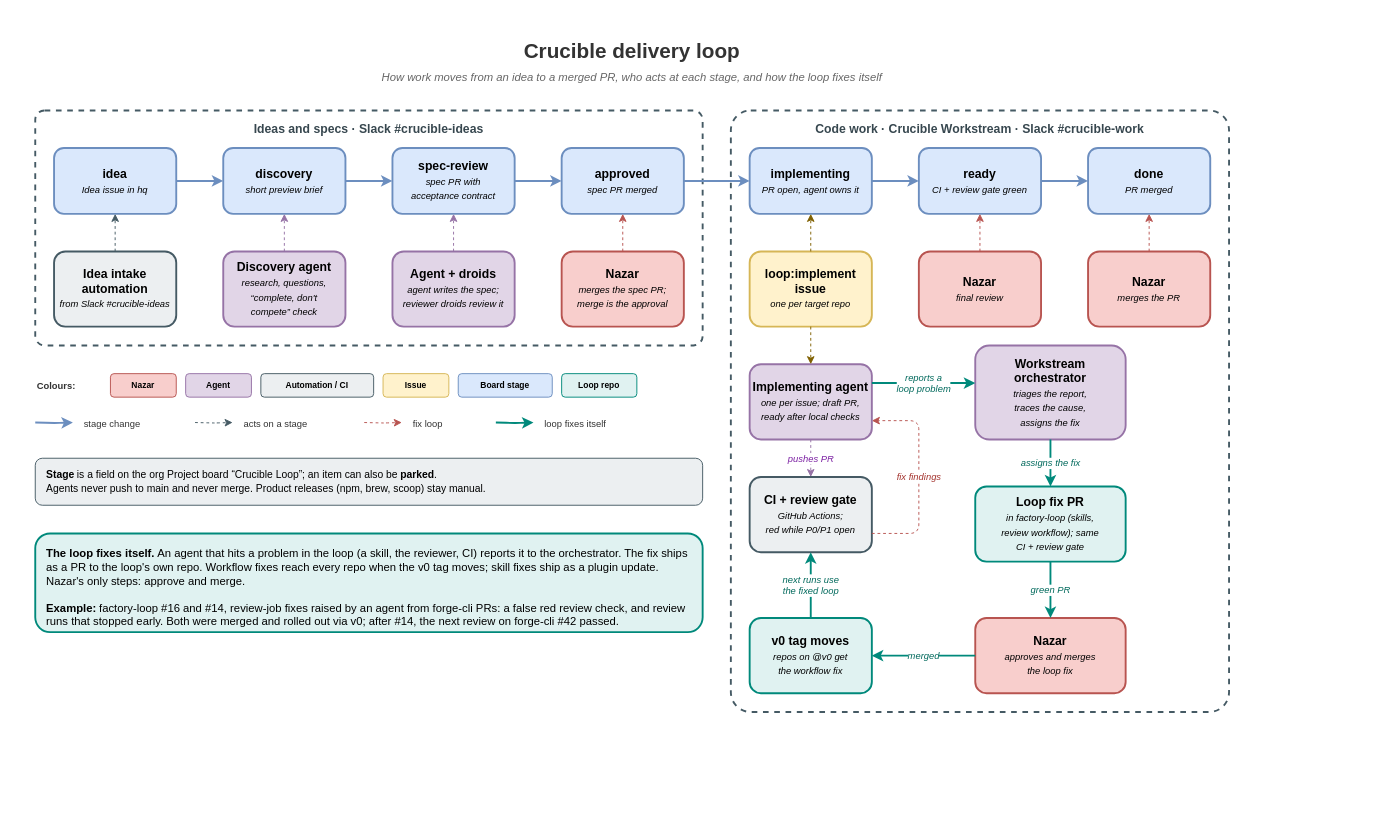
crucibledx/assets keeps this draw.io diagram as factory-loop/diagrams/delivery-loop.drawio. Above is the earlier version. Source tidied: cells renumbered, new cells numbered last; positions are measured from the earlier drawing's top-left corner, leaving out a move shared by most shapes. Both pictures are drawn from the tidied source at 94%, with x=0, y=0 at pixel (16, 16).
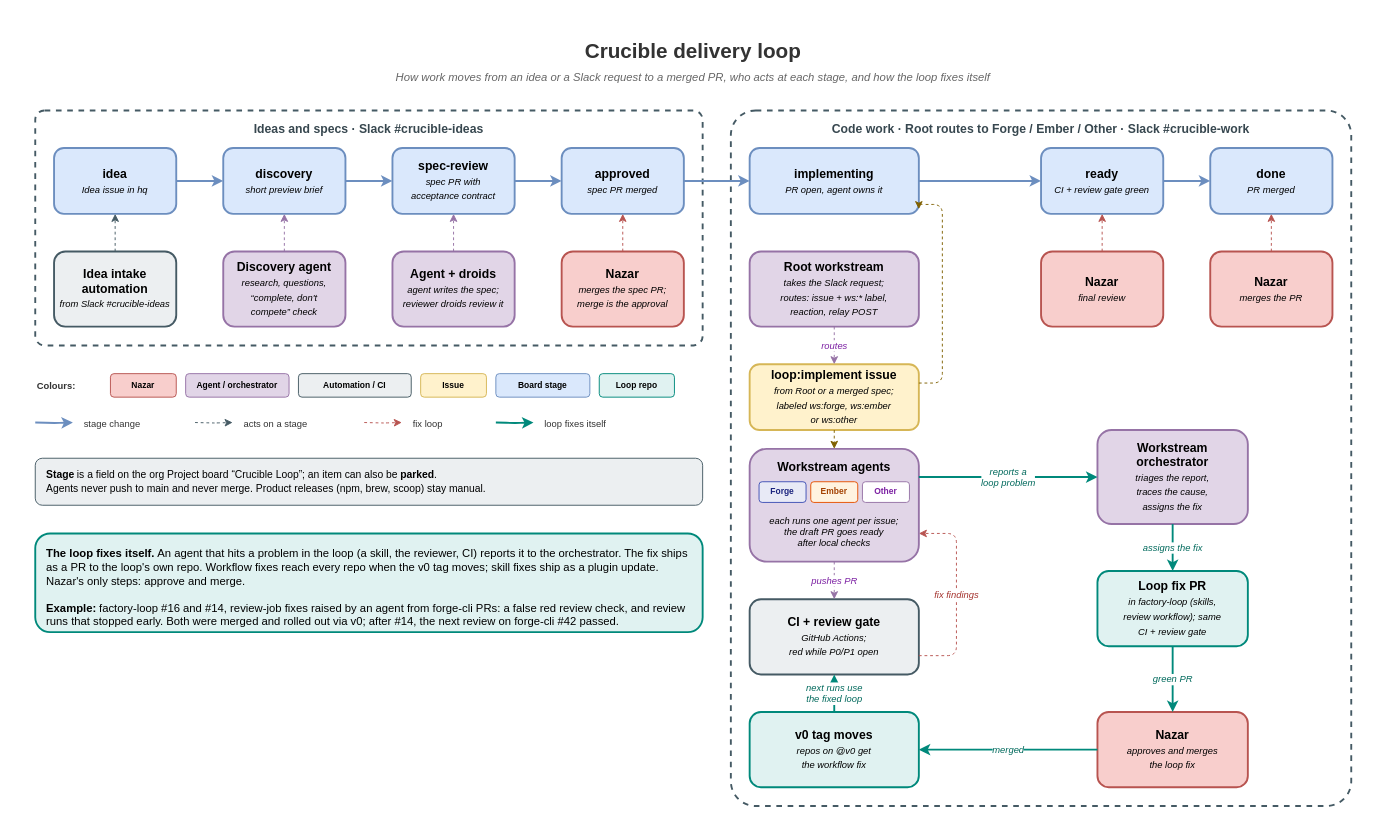
The same page after the edit.

Commit message (it also covers changes not shown here):
diagrams: multiplayer Slack and the four workstreams in the delivery loop

The edit, as a diff of the source:
```diff
@@
     <mxCell id="2" style="whiteSpace=wrap;html=1;fillColor=default;strokeColor=none;" parent="1" vertex="1">
-      <mxGeometry width="1310" height="760" as="geometry" />
+      <mxGeometry width="1440" height="860" as="geometry" />
     </mxCell>
     <mxCell id="3" value="Crucible delivery loop" style="text;html=1;fontSize=22;fontStyle=1;align=center;verticalAlign=middle;whiteSpace=wrap;fontColor=#333333;" parent="1" vertex="1">
-      <mxGeometry x="20" y="20" width="1270" height="35" as="geometry" />
+      <mxGeometry x="20" y="20" width="1400" height="35" as="geometry" />
     </mxCell>
-    <mxCell id="4" value="How work moves from an idea to a merged PR, who acts at each stage, and how the loop fixes itself" style="text;html=1;fontSize=12;fontStyle=2;align=center;verticalAlign=middle;whiteSpace=wrap;fontColor=#666666;" parent="1" vertex="1">
-      <mxGeometry x="20" y="55" width="1270" height="20" as="geometry" />
+    <mxCell id="4" value="How work moves from an idea or a Slack request to a merged PR, who acts at each stage, and how the loop fixes itself" style="text;html=1;fontSize=12;fontStyle=2;align=center;verticalAlign=middle;whiteSpace=wrap;fontColor=#666666;" parent="1" vertex="1">
+      <mxGeometry x="20" y="55" width="1400" height="20" as="geometry" />
     </mxCell>
@@
-    <mxCell id="6" value="Code work · Crucible Workstream · Slack #crucible-work" style="rounded=1;whiteSpace=wrap;html=1;fillColor=none;dashed=1;strokeColor=#455a64;fontColor=#37474f;fontSize=13;fontStyle=1;strokeWidth=2;verticalAlign=top;spacingTop=5;arcSize=4;" parent="1" vertex="1">
-      <mxGeometry x="760" y="100" width="530" height="640" as="geometry" />
+    <mxCell id="6" value="Code work · Root routes to Forge / Ember / Other · Slack #crucible-work" style="rounded=1;whiteSpace=wrap;html=1;fillColor=none;dashed=1;strokeColor=#455a64;fontColor=#37474f;fontSize=13;fontStyle=1;strokeWidth=2;verticalAlign=top;spacingTop=5;arcSize=4;" parent="1" vertex="1">
+      <mxGeometry x="760" y="100" width="660" height="740" as="geometry" />
     </mxCell>
@@
     <mxCell id="11" value="implementing&lt;br&gt;&lt;i style=&quot;font-size:10px;font-weight:normal&quot;&gt;PR open, agent owns it&lt;/i&gt;" style="rounded=1;whiteSpace=wrap;html=1;fillColor=#dae8fc;strokeColor=#6c8ebf;fontSize=13;fontStyle=1;strokeWidth=2;" parent="1" vertex="1">
-      <mxGeometry x="780" y="140" width="130" height="70" as="geometry" />
+      <mxGeometry x="780" y="140" width="180" height="70" as="geometry" />
     </mxCell>
     <mxCell id="12" value="ready&lt;br&gt;&lt;i style=&quot;font-size:10px;font-weight:normal&quot;&gt;CI + review gate green&lt;/i&gt;" style="rounded=1;whiteSpace=wrap;html=1;fillColor=#dae8fc;strokeColor=#6c8ebf;fontSize=13;fontStyle=1;strokeWidth=2;" parent="1" vertex="1">
-      <mxGeometry x="960" y="140" width="130" height="70" as="geometry" />
+      <mxGeometry x="1090" y="140" width="130" height="70" as="geometry" />
     </mxCell>
     <mxCell id="13" value="done&lt;br&gt;&lt;i style=&quot;font-size:10px;font-weight:normal&quot;&gt;PR merged&lt;/i&gt;" style="rounded=1;whiteSpace=wrap;html=1;fillColor=#dae8fc;strokeColor=#6c8ebf;fontSize=13;fontStyle=1;strokeWidth=2;" parent="1" vertex="1">
-      <mxGeometry x="1140" y="140" width="130" height="70" as="geometry" />
+      <mxGeometry x="1270" y="140" width="130" height="70" as="geometry" />
     </mxCell>
@@
+    <mxCell id="65" value="Root workstream&lt;br&gt;&lt;i style=&quot;font-size:10px;font-weight:normal&quot;&gt;takes the Slack request;&lt;br&gt;routes: issue + ws:* label,&lt;br&gt;reaction, relay POST&lt;/i&gt;" style="rounded=1;whiteSpace=wrap;html=1;fillColor=#e1d5e7;strokeColor=#9673a6;fontSize=13;fontStyle=1;strokeWidth=2;" parent="1" vertex="1">
+      <mxGeometry x="780" y="250" width="180" height="80" as="geometry" />
+    </mxCell>
-    <mxCell id="18" value="loop:implement issue&lt;br&gt;&lt;i style=&quot;font-size:10px;font-weight:normal&quot;&gt;one per target repo&lt;/i&gt;" style="rounded=1;whiteSpace=wrap;html=1;fillColor=#fff2cc;strokeColor=#d6b656;fontSize=13;fontStyle=1;strokeWidth=2;" parent="1" vertex="1">
-      <mxGeometry x="780" y="250" width="130" height="80" as="geometry" />
+    <mxCell id="18" value="loop:implement issue&lt;br&gt;&lt;i style=&quot;font-size:10px;font-weight:normal&quot;&gt;from Root or a merged spec;&lt;br&gt;labeled ws:forge, ws:ember&lt;br&gt;or ws:other&lt;/i&gt;" style="rounded=1;whiteSpace=wrap;html=1;fillColor=#fff2cc;strokeColor=#d6b656;fontSize=13;fontStyle=1;strokeWidth=2;" parent="1" vertex="1">
+      <mxGeometry x="780" y="370" width="180" height="70" as="geometry" />
     </mxCell>
-    <mxCell id="19" value="Implementing agent&lt;br&gt;&lt;i style=&quot;font-size:10px;font-weight:normal&quot;&gt;one per issue; draft PR,&lt;br&gt;ready after local checks&lt;/i&gt;" style="rounded=1;whiteSpace=wrap;html=1;fillColor=#e1d5e7;strokeColor=#9673a6;fontSize=13;fontStyle=1;strokeWidth=2;" parent="1" vertex="1">
-      <mxGeometry x="780" y="370" width="130" height="80" as="geometry" />
+    <mxCell id="19" value="Workstream agents" style="rounded=1;whiteSpace=wrap;html=1;fillColor=#e1d5e7;strokeColor=#9673a6;fontSize=13;fontStyle=1;strokeWidth=2;verticalAlign=top;spacingTop=5;" parent="1" vertex="1">
+      <mxGeometry x="780" y="460" width="180" height="120" as="geometry" />
     </mxCell>
+    <mxCell id="66" value="Forge" style="rounded=1;whiteSpace=wrap;html=1;fillColor=#e8eaf6;strokeColor=#3f51b5;fontColor=#1a237e;fontSize=9;fontStyle=1;strokeWidth=1;" parent="1" vertex="1">
+      <mxGeometry x="790" y="495" width="50" height="22" as="geometry" />
+    </mxCell>
+    <mxCell id="67" value="Ember" style="rounded=1;whiteSpace=wrap;html=1;fillColor=#fff3e0;strokeColor=#e65100;fontColor=#a34000;fontSize=9;fontStyle=1;strokeWidth=1;" parent="1" vertex="1">
+      <mxGeometry x="845" y="495" width="50" height="22" as="geometry" />
+    </mxCell>
+    <mxCell id="68" value="Other" style="rounded=1;whiteSpace=wrap;html=1;fillColor=#ffffff;strokeColor=#9673a6;fontColor=#7b1fa2;fontSize=9;fontStyle=1;strokeWidth=1;" parent="1" vertex="1">
+      <mxGeometry x="900" y="495" width="50" height="22" as="geometry" />
+    </mxCell>
+    <mxCell id="69" value="each runs one agent per issue;&lt;br&gt;the draft PR goes ready&lt;br&gt;after local checks" style="text;html=1;fontSize=10;fontStyle=2;align=center;verticalAlign=middle;whiteSpace=wrap;" parent="1" vertex="1">
+      <mxGeometry x="790" y="525" width="160" height="45" as="geometry" />
+    </mxCell>
     <mxCell id="20" value="CI + review gate&lt;br&gt;&lt;i style=&quot;font-size:10px;font-weight:normal&quot;&gt;GitHub Actions;&lt;br&gt;red while P0/P1 open&lt;/i&gt;" style="rounded=1;whiteSpace=wrap;html=1;fillColor=#eceff1;strokeColor=#455a64;fontSize=13;fontStyle=1;strokeWidth=2;" parent="1" vertex="1">
-      <mxGeometry x="780" y="490" width="130" height="80" as="geometry" />
+      <mxGeometry x="780" y="620" width="180" height="80" as="geometry" />
     </mxCell>
     <mxCell id="21" value="Nazar&lt;br&gt;&lt;i style=&quot;font-size:10px;font-weight:normal&quot;&gt;final review&lt;/i&gt;" style="rounded=1;whiteSpace=wrap;html=1;fillColor=#f8cecc;strokeColor=#b85450;fontSize=13;fontStyle=1;strokeWidth=2;" parent="1" vertex="1">
-      <mxGeometry x="960" y="250" width="130" height="80" as="geometry" />
+      <mxGeometry x="1090" y="250" width="130" height="80" as="geometry" />
     </mxCell>
     <mxCell id="22" value="Nazar&lt;br&gt;&lt;i style=&quot;font-size:10px;font-weight:normal&quot;&gt;merges the PR&lt;/i&gt;" style="rounded=1;whiteSpace=wrap;html=1;fillColor=#f8cecc;strokeColor=#b85450;fontSize=13;fontStyle=1;strokeWidth=2;" parent="1" vertex="1">
-      <mxGeometry x="1140" y="250" width="130" height="80" as="geometry" />
+      <mxGeometry x="1270" y="250" width="130" height="80" as="geometry" />
     </mxCell>
@@
-    <mxCell id="33" style="edgeStyle=orthogonalEdgeStyle;rounded=1;jettySize=auto;html=1;fontSize=10;dashed=1;strokeWidth=1;strokeColor=#7f6000;exitX=0.5;exitY=0;exitDx=0;exitDy=0;entryX=0.5;entryY=1;entryDx=0;entryDy=0;" parent="1" edge="1" source="18" target="11">
-      <mxGeometry relative="1" as="geometry" />
+    <mxCell id="33" style="edgeStyle=orthogonalEdgeStyle;rounded=1;jettySize=auto;html=1;fontSize=10;dashed=1;strokeWidth=1;strokeColor=#7f6000;exitX=1;exitY=0;exitDx=0;exitDy=20;entryX=1;entryY=0;entryDx=0;entryDy=65;" parent="1" edge="1" source="18" target="11">
+      <mxGeometry relative="1" as="geometry">
+        <Array as="points">
+          <mxPoint x="985" y="390" />
+          <mxPoint x="985" y="200" />
+        </Array>
+      </mxGeometry>
     </mxCell>
@@
+    <mxCell id="70" value="routes" style="edgeStyle=orthogonalEdgeStyle;rounded=1;jettySize=auto;html=1;fontSize=10;dashed=1;strokeWidth=1;strokeColor=#9673a6;fontColor=#7b1fa2;fontStyle=2;exitX=0.5;exitY=1;exitDx=0;exitDy=0;entryX=0.5;entryY=0;entryDx=0;entryDy=0;" parent="1" edge="1" source="65" target="18">
+      <mxGeometry relative="1" as="geometry" />
+    </mxCell>
@@
     <mxCell id="38" value="fix findings" style="edgeStyle=orthogonalEdgeStyle;rounded=1;jettySize=auto;html=1;fontSize=10;dashed=1;strokeWidth=1;strokeColor=#b85450;fontColor=#a4332e;fontStyle=2;exitX=1;exitY=0.75;exitDx=0;exitDy=0;entryX=1;entryY=0.75;entryDx=0;entryDy=0;" parent="1" edge="1" source="20" target="19">
       <mxGeometry relative="1" as="geometry">
         <Array as="points">
-          <mxPoint x="960" y="550" />
-          <mxPoint x="960" y="430" />
+          <mxPoint x="1000" y="680" />
+          <mxPoint x="1000" y="550" />
         </Array>
       </mxGeometry>
     </mxCell>
     <mxCell id="39" value="Workstream&lt;br&gt;orchestrator&lt;br&gt;&lt;i style=&quot;font-size:10px;font-weight:normal&quot;&gt;triages the report,&lt;br&gt;traces the cause,&lt;br&gt;assigns the fix&lt;/i&gt;" style="rounded=1;whiteSpace=wrap;html=1;fillColor=#e1d5e7;strokeColor=#9673a6;fontSize=13;fontStyle=1;strokeWidth=2;" parent="1" vertex="1">
-      <mxGeometry x="1020" y="350" width="160" height="100" as="geometry" />
+      <mxGeometry x="1150" y="440" width="160" height="100" as="geometry" />
     </mxCell>
     <mxCell id="40" value="Loop fix PR&lt;br&gt;&lt;i style=&quot;font-size:10px;font-weight:normal&quot;&gt;in factory-loop (skills,&lt;br&gt;review workflow); same&lt;br&gt;CI + review gate&lt;/i&gt;" style="rounded=1;whiteSpace=wrap;html=1;fillColor=#e0f2f1;strokeColor=#00897b;fontSize=13;fontStyle=1;strokeWidth=2;" parent="1" vertex="1">
-      <mxGeometry x="1020" y="500" width="160" height="80" as="geometry" />
+      <mxGeometry x="1150" y="590" width="160" height="80" as="geometry" />
     </mxCell>
     <mxCell id="41" value="Nazar&lt;br&gt;&lt;i style=&quot;font-size:10px;font-weight:normal&quot;&gt;approves and merges&lt;br&gt;the loop fix&lt;/i&gt;" style="rounded=1;whiteSpace=wrap;html=1;fillColor=#f8cecc;strokeColor=#b85450;fontSize=13;fontStyle=1;strokeWidth=2;" parent="1" vertex="1">
-      <mxGeometry x="1020" y="640" width="160" height="80" as="geometry" />
+      <mxGeometry x="1150" y="740" width="160" height="80" as="geometry" />
     </mxCell>
     <mxCell id="42" value="v0 tag moves&lt;br&gt;&lt;i style=&quot;font-size:10px;font-weight:normal&quot;&gt;repos on @v0 get&lt;br&gt;the workflow fix&lt;/i&gt;" style="rounded=1;whiteSpace=wrap;html=1;fillColor=#e0f2f1;strokeColor=#00897b;fontSize=13;fontStyle=1;strokeWidth=2;" parent="1" vertex="1">
-      <mxGeometry x="780" y="640" width="130" height="80" as="geometry" />
+      <mxGeometry x="780" y="740" width="180" height="80" as="geometry" />
     </mxCell>
-    <mxCell id="43" value="reports a&lt;br&gt;loop problem" style="edgeStyle=orthogonalEdgeStyle;rounded=1;jettySize=auto;html=1;fontSize=10;strokeWidth=2;strokeColor=#00897b;fontColor=#00695c;fontStyle=2;exitX=1;exitY=0.25;exitDx=0;exitDy=0;entryX=0;entryY=0.4;entryDx=0;entryDy=0;" parent="1" edge="1" source="19" target="39">
+    <mxCell id="43" value="reports a&lt;br&gt;loop problem" style="edgeStyle=orthogonalEdgeStyle;rounded=1;jettySize=auto;html=1;fontSize=10;strokeWidth=2;strokeColor=#00897b;fontColor=#00695c;fontStyle=2;exitX=1;exitY=0.25;exitDx=0;exitDy=0;entryX=0;entryY=0.5;entryDx=0;entryDy=0;" parent="1" edge="1" source="19" target="39">
       <mxGeometry relative="1" as="geometry" />
     </mxCell>
@@
     <mxCell id="48" value="Loop repo" style="rounded=1;whiteSpace=wrap;html=1;fillColor=#e0f2f1;strokeColor=#00897b;fontSize=9;fontStyle=1;strokeWidth=1;" parent="1" vertex="1">
-      <mxGeometry x="580" y="380" width="80" height="25" as="geometry" />
+      <mxGeometry x="620" y="380" width="80" height="25" as="geometry" />
     </mxCell>
@@
-    <mxCell id="54" value="Agent" style="rounded=1;whiteSpace=wrap;html=1;fillColor=#e1d5e7;strokeColor=#9673a6;fontSize=9;fontStyle=1;strokeWidth=1;" parent="1" vertex="1">
-      <mxGeometry x="180" y="380" width="70" height="25" as="geometry" />
+    <mxCell id="54" value="Agent / orchestrator" style="rounded=1;whiteSpace=wrap;html=1;fillColor=#e1d5e7;strokeColor=#9673a6;fontSize=9;fontStyle=1;strokeWidth=1;" parent="1" vertex="1">
+      <mxGeometry x="180" y="380" width="110" height="25" as="geometry" />
     </mxCell>
     <mxCell id="55" value="Automation / CI" style="rounded=1;whiteSpace=wrap;html=1;fillColor=#eceff1;strokeColor=#455a64;fontSize=9;fontStyle=1;strokeWidth=1;" parent="1" vertex="1">
-      <mxGeometry x="260" y="380" width="120" height="25" as="geometry" />
+      <mxGeometry x="300" y="380" width="120" height="25" as="geometry" />
     </mxCell>
     <mxCell id="56" value="Issue" style="rounded=1;whiteSpace=wrap;html=1;fillColor=#fff2cc;strokeColor=#d6b656;fontSize=9;fontStyle=1;strokeWidth=1;" parent="1" vertex="1">
-      <mxGeometry x="390" y="380" width="70" height="25" as="geometry" />
+      <mxGeometry x="430" y="380" width="70" height="25" as="geometry" />
     </mxCell>
     <mxCell id="57" value="Board stage" style="rounded=1;whiteSpace=wrap;html=1;fillColor=#dae8fc;strokeColor=#6c8ebf;fontSize=9;fontStyle=1;strokeWidth=1;" parent="1" vertex="1">
-      <mxGeometry x="470" y="380" width="100" height="25" as="geometry" />
+      <mxGeometry x="510" y="380" width="100" height="25" as="geometry" />
     </mxCell>
```
